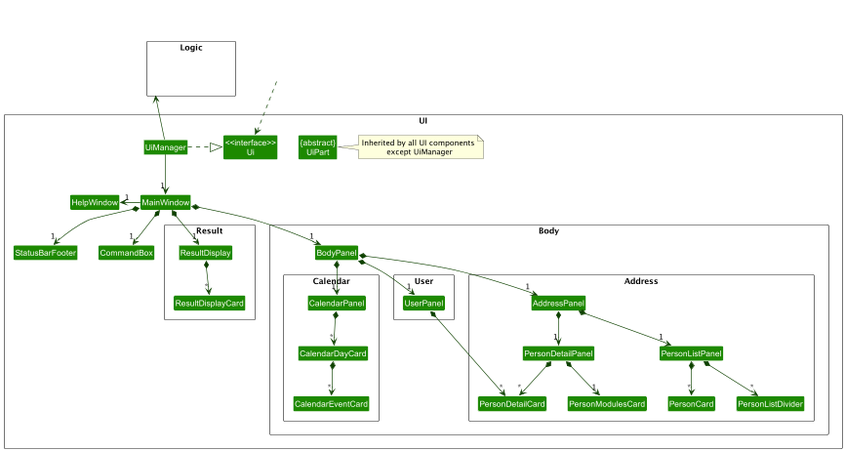
nus-cs2103-AY2223S2/tp keeps this PlantUML diagram as docs/images/UiClassDiagram.png. Above is the earlier version.
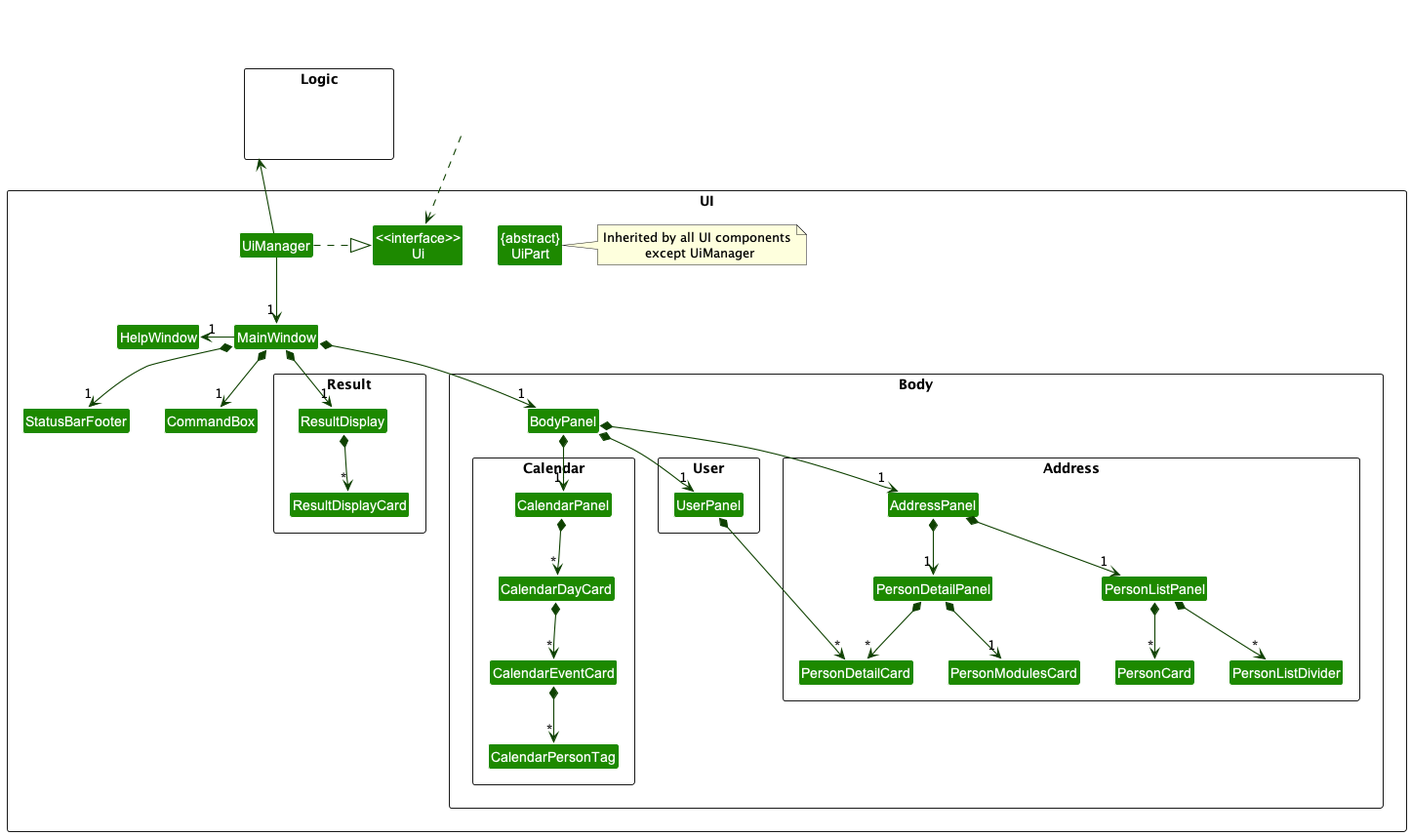
The same diagram one commit later.

Commit message:
Add CalendarPersonTag to UI class diagram

Change to the diagram source:
```diff
@@ -21,6 +21,7 @@
 Class CalendarPanel
 Class CalendarDayCard
 Class CalendarEventCard
+Class CalendarPersonTag
 }
 package Address <<Rectangle>> {
 Class AddressPanel
@@ -65,6 +66,7 @@
 BodyPanel *-down-> "1" CalendarPanel
 BodyPanel *-down-> "1" UserPanel
 
+CalendarEventCard *-down-> "*" CalendarPersonTag
 CalendarDayCard *-down-> "*" CalendarEventCard
 CalendarPanel *-down-> "*" CalendarDayCard
 
```
